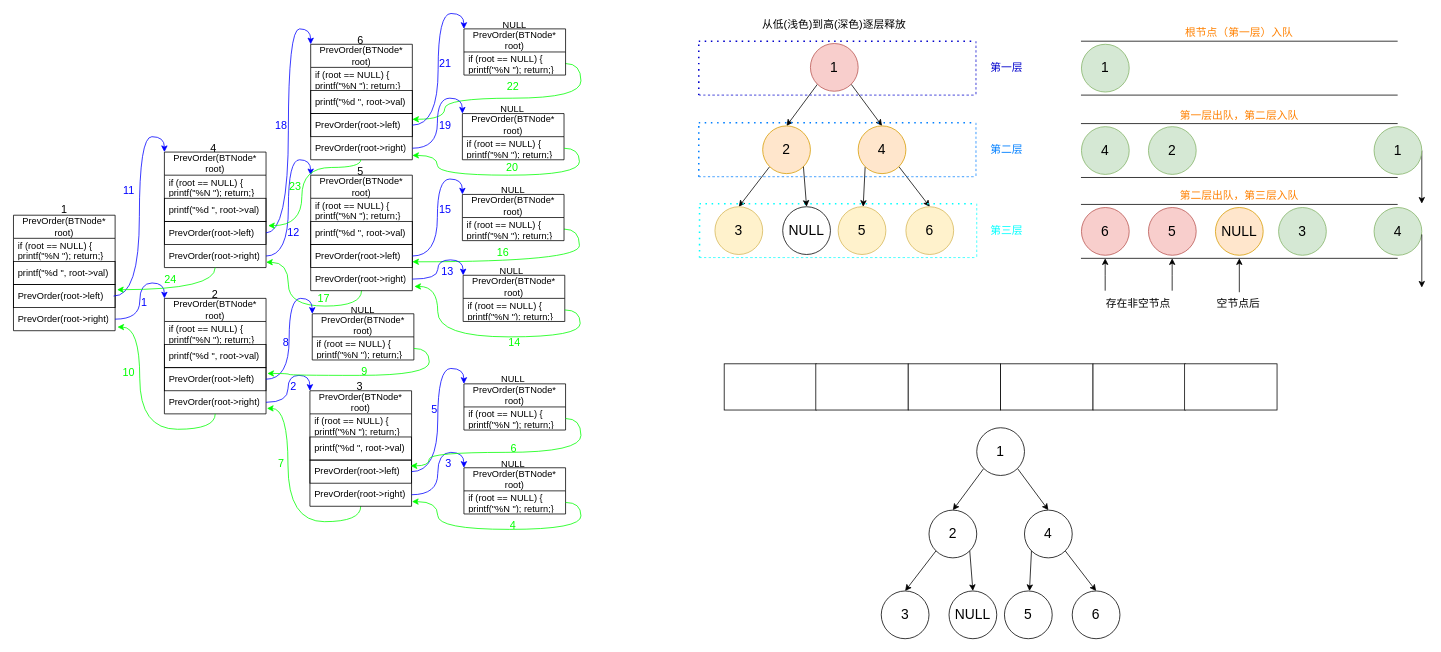
Before: data_structure/二叉树.drawio in Doubletful/Create_Image, a draw.io diagram. Source tidied: cells renumbered, new cells numbered last; positions are measured from the earlier drawing's top-left corner, leaving out a move shared by most shapes. Both pictures are drawn from the tidied source at 77%, with x=0, y=0 at pixel (13, 13).
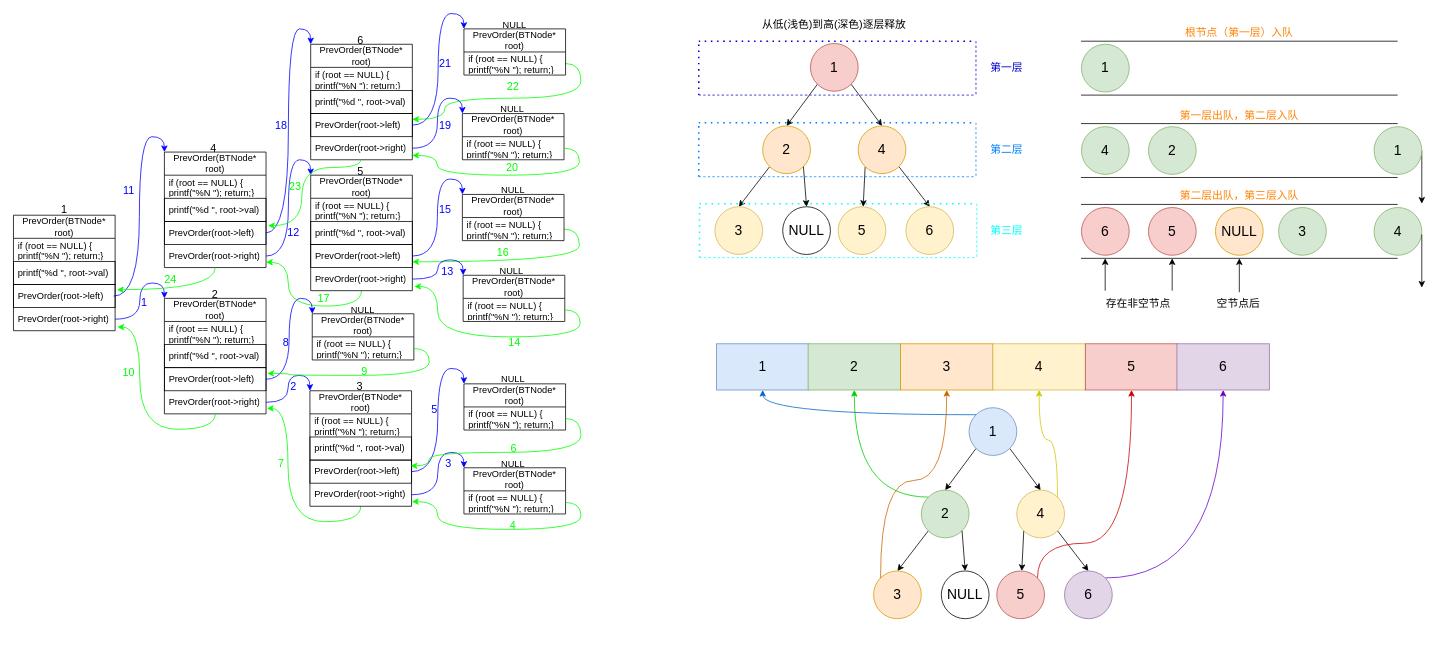
The same page after the edit.

Commit message (it also covers changes not shown here):
更新二叉树.drawio

Diff of the diagram source:
```diff
@@
-    <mxCell id="161" value="&lt;div&gt;1&lt;/div&gt;" style="ellipse;whiteSpace=wrap;html=1;shapeInside=1;fontSize=18;" parent="1" vertex="1">
-      <mxGeometry x="1251" y="538" width="62" height="62" as="geometry" />
+    <mxCell id="161" value="&lt;div&gt;1&lt;/div&gt;" style="ellipse;whiteSpace=wrap;html=1;shapeInside=1;fontSize=18;fillColor=#dae8fc;strokeColor=#6c8ebf;" parent="1" vertex="1">
+      <mxGeometry x="1241" y="512" width="62" height="62" as="geometry" />
     </mxCell>
@@
+    <mxCell id="178" style="edgeStyle=orthogonalEdgeStyle;curved=1;rounded=0;jettySize=auto;html=1;exitX=0;exitY=0;exitDx=0;exitDy=0;entryX=0.5;entryY=1;entryDx=0;entryDy=0;strokeColor=#00CC00;" parent="1" edge="1" source="163" target="173">
+      <mxGeometry relative="1" as="geometry" />
+    </mxCell>
-    <mxCell id="163" value="2" style="ellipse;whiteSpace=wrap;html=1;shapeInside=1;fontSize=18;" parent="1" vertex="1">
-      <mxGeometry x="1189" y="645" width="62" height="62" as="geometry" />
+    <mxCell id="163" value="2" style="ellipse;whiteSpace=wrap;html=1;shapeInside=1;fontSize=18;fillColor=#d5e8d4;strokeColor=#82b366;" parent="1" vertex="1">
+      <mxGeometry x="1179" y="619" width="62" height="62" as="geometry" />
     </mxCell>
@@
+    <mxCell id="179" style="edgeStyle=orthogonalEdgeStyle;curved=1;rounded=0;jettySize=auto;html=1;exitX=1;exitY=0;exitDx=0;exitDy=0;entryX=0.5;entryY=1;entryDx=0;entryDy=0;strokeColor=#CCCC00;" parent="1" edge="1" source="166" target="175">
+      <mxGeometry relative="1" as="geometry" />
+    </mxCell>
-    <mxCell id="166" value="4" style="ellipse;whiteSpace=wrap;html=1;shapeInside=1;fontSize=18;" parent="1" vertex="1">
-      <mxGeometry x="1313" y="645" width="62" height="62" as="geometry" />
+    <mxCell id="166" value="4" style="ellipse;whiteSpace=wrap;html=1;shapeInside=1;fontSize=18;fillColor=#fff2cc;strokeColor=#d6b656;" parent="1" vertex="1">
+      <mxGeometry x="1303" y="619" width="62" height="62" as="geometry" />
     </mxCell>
+    <mxCell id="180" style="edgeStyle=orthogonalEdgeStyle;curved=1;rounded=0;jettySize=auto;html=1;exitX=0;exitY=0;exitDx=0;exitDy=0;entryX=0.5;entryY=1;entryDx=0;entryDy=0;strokeColor=#0066CC;" parent="1" edge="1" source="161" target="172">
+      <mxGeometry relative="1" as="geometry" />
+    </mxCell>
-    <mxCell id="167" value="3" style="ellipse;whiteSpace=wrap;html=1;shapeInside=1;fontSize=18;" parent="1" vertex="1">
-      <mxGeometry x="1127" y="750" width="62" height="62" as="geometry" />
+    <mxCell id="167" value="3" style="ellipse;whiteSpace=wrap;html=1;shapeInside=1;fontSize=18;fillColor=#ffe6cc;strokeColor=#d79b00;" parent="1" vertex="1">
+      <mxGeometry x="1117" y="724" width="62" height="62" as="geometry" />
     </mxCell>
+    <mxCell id="181" style="edgeStyle=orthogonalEdgeStyle;curved=1;rounded=0;jettySize=auto;html=1;exitX=1;exitY=0;exitDx=0;exitDy=0;entryX=0.5;entryY=1;entryDx=0;entryDy=0;strokeColor=#CC0000;" parent="1" edge="1" source="168" target="176">
+      <mxGeometry relative="1" as="geometry">
+        <Array as="points">
+          <mxPoint x="1329.9" y="688" />
+          <mxPoint x="1452" y="688" />
+        </Array>
+      </mxGeometry>
+    </mxCell>
-    <mxCell id="168" value="5" style="ellipse;whiteSpace=wrap;html=1;shapeInside=1;fontSize=18;" parent="1" vertex="1">
-      <mxGeometry x="1287" y="750" width="62" height="62" as="geometry" />
+    <mxCell id="168" value="5" style="ellipse;whiteSpace=wrap;html=1;shapeInside=1;fontSize=18;fillColor=#f8cecc;strokeColor=#b85450;" parent="1" vertex="1">
+      <mxGeometry x="1277" y="724" width="62" height="62" as="geometry" />
     </mxCell>
+    <mxCell id="182" style="edgeStyle=orthogonalEdgeStyle;curved=1;rounded=0;jettySize=auto;html=1;exitX=1;exitY=0;exitDx=0;exitDy=0;entryX=0.5;entryY=1;entryDx=0;entryDy=0;strokeColor=#6600CC;" parent="1" edge="1" source="169" target="177">
+      <mxGeometry relative="1" as="geometry" />
+    </mxCell>
-    <mxCell id="169" value="6" style="ellipse;whiteSpace=wrap;html=1;shapeInside=1;fontSize=18;" parent="1" vertex="1">
-      <mxGeometry x="1375" y="750" width="62" height="62" as="geometry" />
+    <mxCell id="169" value="6" style="ellipse;whiteSpace=wrap;html=1;shapeInside=1;fontSize=18;fillColor=#e1d5e7;strokeColor=#9673a6;" parent="1" vertex="1">
+      <mxGeometry x="1365" y="724" width="62" height="62" as="geometry" />
     </mxCell>
@@
     <mxCell id="171" value="NULL" style="ellipse;whiteSpace=wrap;html=1;shapeInside=1;fontSize=18;" parent="1" vertex="1">
-      <mxGeometry x="1215" y="750" width="62" height="62" as="geometry" />
+      <mxGeometry x="1205" y="724" width="62" height="62" as="geometry" />
     </mxCell>
-    <mxCell id="172" style="rounded=0;whiteSpace=wrap;html=1;" parent="1" vertex="1">
-      <mxGeometry x="923" y="455" width="120" height="60" as="geometry" />
+    <mxCell id="172" value="&lt;font style=&quot;font-size: 18px;&quot;&gt;1&lt;/font&gt;" style="rounded=0;whiteSpace=wrap;html=1;fillColor=#dae8fc;strokeColor=#6c8ebf;" parent="1" vertex="1">
+      <mxGeometry x="913" y="429" width="120" height="60" as="geometry" />
     </mxCell>
-    <mxCell id="173" style="rounded=0;whiteSpace=wrap;html=1;" parent="1" vertex="1">
-      <mxGeometry x="1042" y="455" width="120" height="60" as="geometry" />
+    <mxCell id="173" value="&lt;font style=&quot;font-size: 18px;&quot;&gt;2&lt;/font&gt;" style="rounded=0;whiteSpace=wrap;html=1;fillColor=#d5e8d4;strokeColor=#82b366;" parent="1" vertex="1">
+      <mxGeometry x="1032" y="429" width="120" height="60" as="geometry" />
     </mxCell>
-    <mxCell id="174" style="rounded=0;whiteSpace=wrap;html=1;" parent="1" vertex="1">
-      <mxGeometry x="1162" y="455" width="120" height="60" as="geometry" />
+    <mxCell id="174" value="&lt;font style=&quot;font-size: 18px;&quot;&gt;3&lt;/font&gt;" style="rounded=0;whiteSpace=wrap;html=1;fillColor=#ffe6cc;strokeColor=#d79b00;" parent="1" vertex="1">
+      <mxGeometry x="1152" y="429" width="120" height="60" as="geometry" />
     </mxCell>
-    <mxCell id="175" style="rounded=0;whiteSpace=wrap;html=1;" parent="1" vertex="1">
-      <mxGeometry x="1282" y="455" width="120" height="60" as="geometry" />
+    <mxCell id="175" value="&lt;font style=&quot;font-size: 18px;&quot;&gt;4&lt;/font&gt;" style="rounded=0;whiteSpace=wrap;html=1;fillColor=#fff2cc;strokeColor=#d6b656;" parent="1" vertex="1">
+      <mxGeometry x="1272" y="429" width="120" height="60" as="geometry" />
     </mxCell>
-    <mxCell id="176" style="rounded=0;whiteSpace=wrap;html=1;" parent="1" vertex="1">
-      <mxGeometry x="1402" y="455" width="120" height="60" as="geometry" />
+    <mxCell id="176" value="&lt;font style=&quot;font-size: 18px;&quot;&gt;5&lt;/font&gt;" style="rounded=0;whiteSpace=wrap;html=1;fillColor=#f8cecc;strokeColor=#b85450;" parent="1" vertex="1">
+      <mxGeometry x="1392" y="429" width="120" height="60" as="geometry" />
     </mxCell>
-    <mxCell id="177" style="rounded=0;whiteSpace=wrap;html=1;" parent="1" vertex="1">
-      <mxGeometry x="1521" y="455" width="120" height="60" as="geometry" />
+    <mxCell id="177" value="&lt;font style=&quot;font-size: 18px;&quot;&gt;6&lt;/font&gt;" style="rounded=0;whiteSpace=wrap;html=1;fillColor=#e1d5e7;strokeColor=#9673a6;" parent="1" vertex="1">
+      <mxGeometry x="1511" y="429" width="120" height="60" as="geometry" />
     </mxCell>
+    <mxCell id="183" style="edgeStyle=orthogonalEdgeStyle;curved=1;rounded=0;jettySize=auto;html=1;exitX=0;exitY=0;exitDx=0;exitDy=0;entryX=0.5;entryY=1;entryDx=0;entryDy=0;strokeColor=#CC6600;" parent="1" edge="1" source="167" target="174">
+      <mxGeometry x="-0.02" relative="1" as="geometry" />
+    </mxCell>
```
